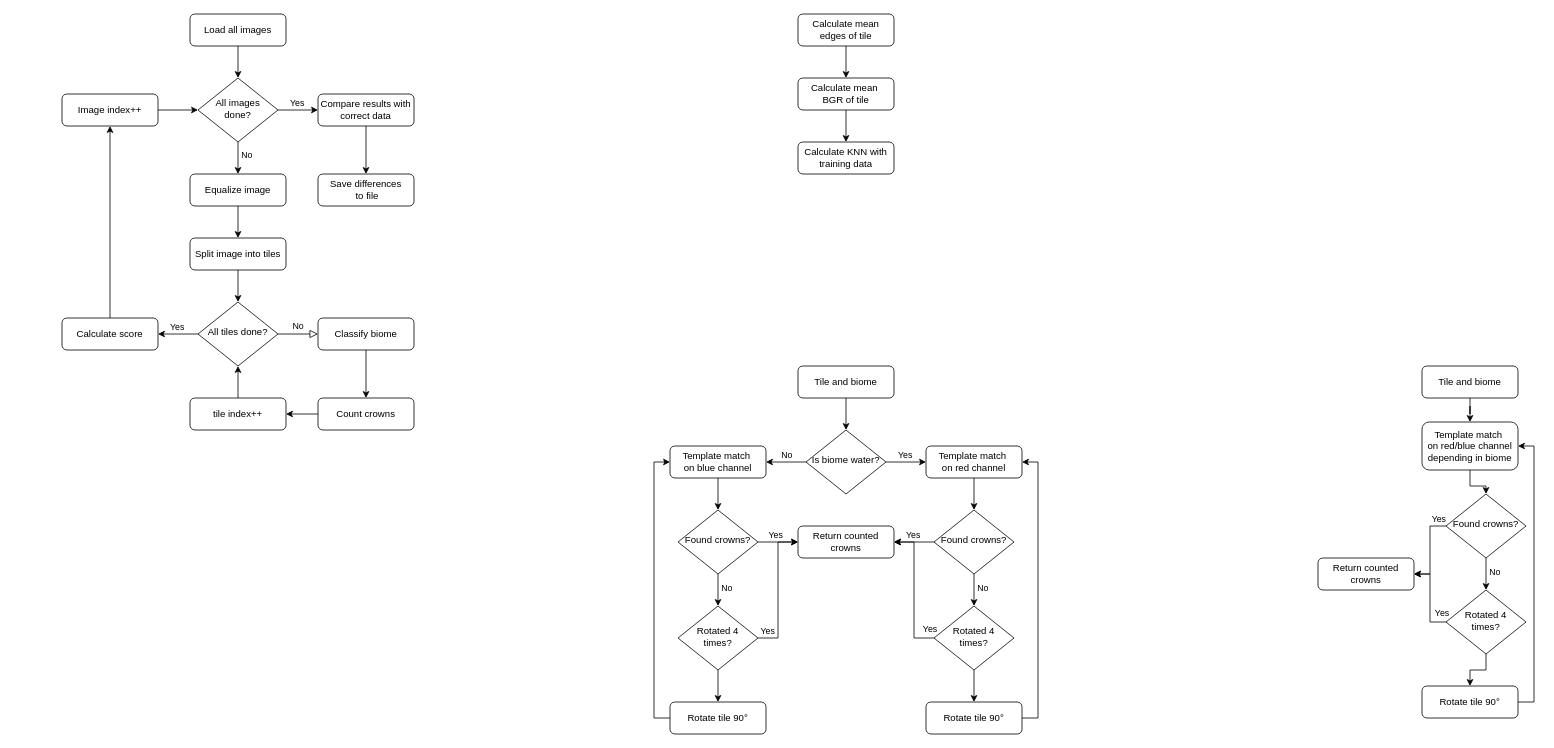
The draw.io diagram Untitled Diagram.drawio in CasKK/image-perception---Kingdomino-point-count, before the edit. Source tidied: cells renumbered, new cells numbered last; positions are measured from the earlier drawing's top-left corner, leaving out a move shared by most shapes. Both pictures are drawn from the tidied source at 80%, with x=0, y=0 at pixel (62, 14).
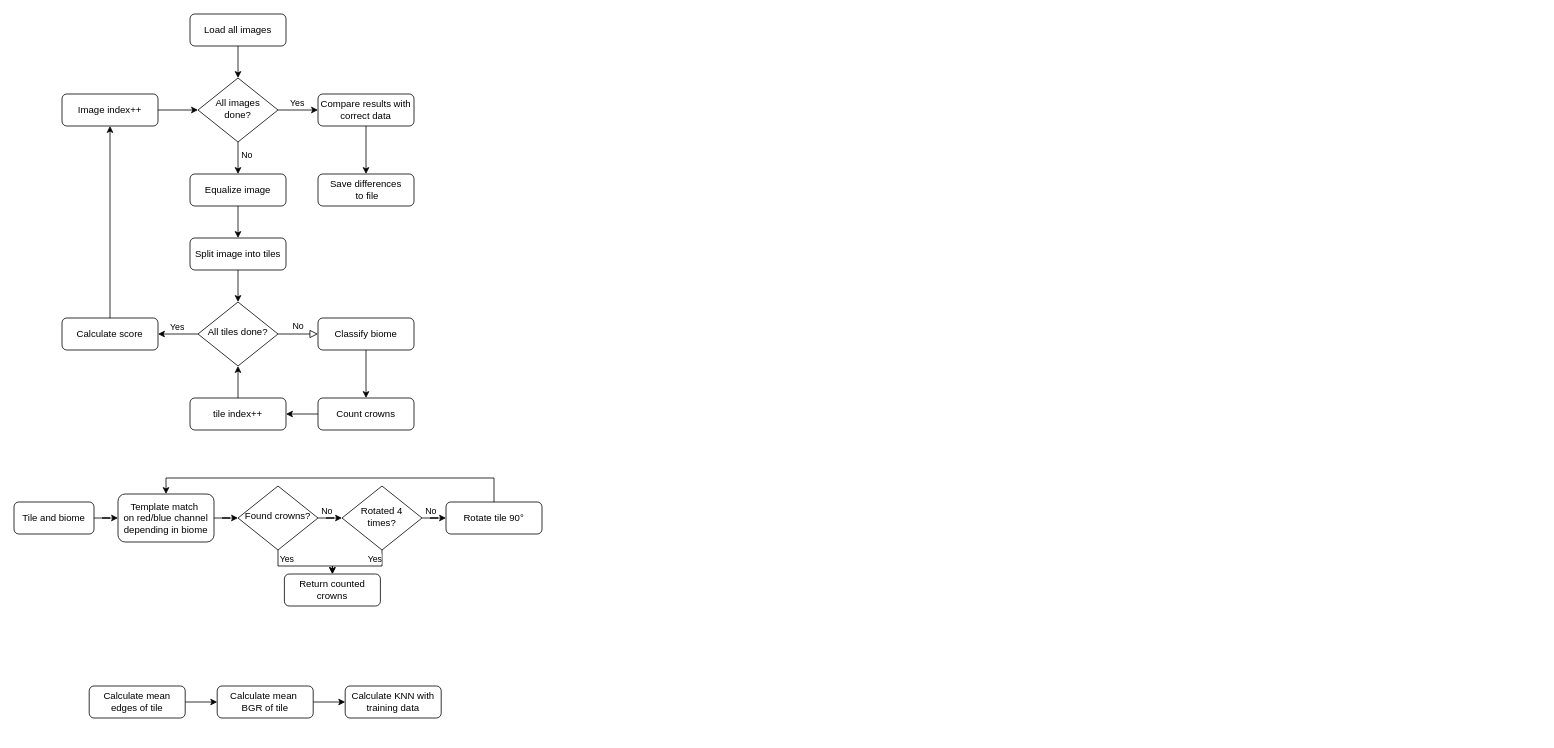
Above is the later version.

Change to the diagram source:
```diff
@@
-    <mxCell id="30" style="edgeStyle=orthogonalEdgeStyle;rounded=0;jettySize=auto;html=1;exitX=0.5;exitY=1;exitDx=0;exitDy=0;entryX=0.5;entryY=0;entryDx=0;entryDy=0;" parent="1" edge="1" source="31" target="48">
+    <mxCell id="30" style="edgeStyle=orthogonalEdgeStyle;rounded=0;jettySize=auto;html=1;exitX=1;exitY=0.5;exitDx=0;exitDy=0;entryX=0;entryY=0.5;entryDx=0;entryDy=0;" parent="1" edge="1" source="31" target="48">
       <mxGeometry relative="1" as="geometry" />
     </mxCell>
     <mxCell id="31" value="Calculate mean edges&amp;nbsp;&lt;span style=&quot;background-color: transparent; color: light-dark(rgb(0, 0, 0), rgb(255, 255, 255));&quot;&gt;of tile&lt;/span&gt;" style="rounded=1;whiteSpace=wrap;html=1;fontSize=12;glass=0;strokeWidth=1;shadow=0;" parent="1" vertex="1">
-      <mxGeometry x="920" width="120" height="40" as="geometry" />
+      <mxGeometry x="34" y="840" width="120" height="40" as="geometry" />
     </mxCell>
-    <mxCell id="32" style="edgeStyle=orthogonalEdgeStyle;rounded=0;jettySize=auto;html=1;exitX=0;exitY=0.5;exitDx=0;exitDy=0;entryX=1;entryY=0.5;entryDx=0;entryDy=0;labelBackgroundColor=none;" parent="1" edge="1" source="36" target="39">
-      <mxGeometry relative="1" as="geometry" />
-    </mxCell>
-    <mxCell id="33" value="Yes" style="edgeLabel;html=1;align=center;verticalAlign=middle;labelBackgroundColor=none;" parent="32" vertex="1">
-      <mxGeometry x="0.07" y="-2" relative="1" as="geometry">
-        <mxPoint y="-8" as="offset" />
-      </mxGeometry>
-    </mxCell>
-    <mxCell id="34" style="edgeStyle=orthogonalEdgeStyle;rounded=0;jettySize=auto;html=1;exitX=0.5;exitY=1;exitDx=0;exitDy=0;entryX=0.5;entryY=0;entryDx=0;entryDy=0;" parent="1" edge="1" source="36" target="56">
-      <mxGeometry relative="1" as="geometry">
-        <Array as="points">
-          <mxPoint x="1140" y="710" />
-        </Array>
-      </mxGeometry>
-    </mxCell>
-    <mxCell id="35" value="No" style="edgeLabel;html=1;align=center;verticalAlign=middle;labelBackgroundColor=none;" parent="34" vertex="1">
-      <mxGeometry x="-0.17" y="-1" relative="1" as="geometry">
-        <mxPoint x="11" as="offset" />
-      </mxGeometry>
-    </mxCell>
-    <mxCell id="36" value="Found crowns?" style="rhombus;whiteSpace=wrap;html=1;shadow=0;fontFamily=Helvetica;fontSize=12;align=center;strokeWidth=1;spacing=6;spacingTop=-4;" parent="1" vertex="1">
-      <mxGeometry x="1090" y="620" width="100" height="80" as="geometry" />
-    </mxCell>
-    <mxCell id="37" style="edgeStyle=orthogonalEdgeStyle;rounded=0;jettySize=auto;html=1;exitX=1;exitY=0.5;exitDx=0;exitDy=0;entryX=1;entryY=0.5;entryDx=0;entryDy=0;" parent="1" edge="1" source="38" target="46">
-      <mxGeometry relative="1" as="geometry" />
-    </mxCell>
-    <mxCell id="38" value="Rotate tile 90°" style="rounded=1;whiteSpace=wrap;html=1;fontSize=12;glass=0;strokeWidth=1;shadow=0;" parent="1" vertex="1">
-      <mxGeometry x="1080" y="860" width="120" height="40" as="geometry" />
-    </mxCell>
-    <mxCell id="39" value="Return counted crowns" style="rounded=1;whiteSpace=wrap;html=1;fontSize=12;glass=0;strokeWidth=1;shadow=0;" parent="1" vertex="1">
-      <mxGeometry x="920" y="640" width="120" height="40" as="geometry" />
-    </mxCell>
-    <mxCell id="40" style="edgeStyle=orthogonalEdgeStyle;rounded=0;jettySize=auto;html=1;exitX=1;exitY=0.5;exitDx=0;exitDy=0;entryX=0;entryY=0.5;entryDx=0;entryDy=0;" parent="1" edge="1" source="44" target="46">
-      <mxGeometry relative="1" as="geometry" />
-    </mxCell>
-    <mxCell id="41" value="Yes" style="edgeLabel;html=1;align=center;verticalAlign=middle;labelBackgroundColor=none;" parent="40" vertex="1">
-      <mxGeometry x="-0.25" y="2" relative="1" as="geometry">
-        <mxPoint x="4" y="-8" as="offset" />
-      </mxGeometry>
-    </mxCell>
-    <mxCell id="42" style="edgeStyle=orthogonalEdgeStyle;rounded=0;jettySize=auto;html=1;exitX=0;exitY=0.5;exitDx=0;exitDy=0;entryX=1;entryY=0.5;entryDx=0;entryDy=0;" parent="1" edge="1" source="44" target="53">
-      <mxGeometry relative="1" as="geometry" />
-    </mxCell>
-    <mxCell id="43" value="No" style="edgeLabel;html=1;align=center;verticalAlign=middle;labelBackgroundColor=none;" parent="42" vertex="1">
-      <mxGeometry x="0.01" y="-2" relative="1" as="geometry">
-        <mxPoint y="-8" as="offset" />
-      </mxGeometry>
-    </mxCell>
-    <mxCell id="44" value="Is biome water?" style="rhombus;whiteSpace=wrap;html=1;shadow=0;fontFamily=Helvetica;fontSize=12;align=center;strokeWidth=1;spacing=6;spacingTop=-4;" parent="1" vertex="1">
-      <mxGeometry x="930" y="520" width="100" height="80" as="geometry" />
-    </mxCell>
-    <mxCell id="45" style="edgeStyle=orthogonalEdgeStyle;rounded=0;jettySize=auto;html=1;exitX=0.5;exitY=1;exitDx=0;exitDy=0;entryX=0.5;entryY=0;entryDx=0;entryDy=0;" parent="1" edge="1" source="46" target="36">
-      <mxGeometry relative="1" as="geometry" />
-    </mxCell>
-    <mxCell id="46" value="Template match&amp;nbsp;&lt;div&gt;on red channel&lt;/div&gt;" style="rounded=1;whiteSpace=wrap;html=1;" parent="1" vertex="1">
-      <mxGeometry x="1080" y="540" width="120" height="40" as="geometry" />
-    </mxCell>
-    <mxCell id="47" style="edgeStyle=orthogonalEdgeStyle;rounded=0;jettySize=auto;html=1;exitX=0.5;exitY=1;exitDx=0;exitDy=0;entryX=0.5;entryY=0;entryDx=0;entryDy=0;" parent="1" edge="1" source="48" target="49">
+    <mxCell id="47" style="edgeStyle=orthogonalEdgeStyle;rounded=0;jettySize=auto;html=1;exitX=1;exitY=0.5;exitDx=0;exitDy=0;entryX=0;entryY=0.5;entryDx=0;entryDy=0;" parent="1" edge="1" source="48" target="49">
       <mxGeometry relative="1" as="geometry" />
     </mxCell>
     <mxCell id="48" value="Calculate mean&amp;nbsp;&lt;div&gt;BGR of tile&lt;/div&gt;" style="rounded=1;whiteSpace=wrap;html=1;" parent="1" vertex="1">
-      <mxGeometry x="920" y="80" width="120" height="40" as="geometry" />
+      <mxGeometry x="194" y="840" width="120" height="40" as="geometry" />
     </mxCell>
     <mxCell id="49" value="Calculate KNN with training data" style="rounded=1;whiteSpace=wrap;html=1;" parent="1" vertex="1">
-      <mxGeometry x="920" y="160" width="120" height="40" as="geometry" />
+      <mxGeometry x="354" y="840" width="120" height="40" as="geometry" />
     </mxCell>
-    <mxCell id="50" style="edgeStyle=orthogonalEdgeStyle;rounded=0;jettySize=auto;html=1;exitX=0.5;exitY=1;exitDx=0;exitDy=0;entryX=0.5;entryY=0;entryDx=0;entryDy=0;" parent="1" edge="1" source="51" target="44">
-      <mxGeometry relative="1" as="geometry" />
-    </mxCell>
-    <mxCell id="51" value="Tile and biome" style="rounded=1;whiteSpace=wrap;html=1;" parent="1" vertex="1">
-      <mxGeometry x="920" y="440" width="120" height="40" as="geometry" />
-    </mxCell>
-    <mxCell id="52" style="edgeStyle=orthogonalEdgeStyle;rounded=0;jettySize=auto;html=1;" parent="1" edge="1" source="53" target="61">
-      <mxGeometry relative="1" as="geometry" />
-    </mxCell>
-    <mxCell id="53" value="Template match&amp;nbsp;&lt;div&gt;on blue&amp;nbsp;&lt;span style=&quot;background-color: transparent; color: light-dark(rgb(0, 0, 0), rgb(255, 255, 255));&quot;&gt;channel&lt;/span&gt;&lt;/div&gt;" style="rounded=1;whiteSpace=wrap;html=1;" parent="1" vertex="1">
-      <mxGeometry x="760" y="540" width="120" height="40" as="geometry" />
-    </mxCell>
-    <mxCell id="54" style="edgeStyle=orthogonalEdgeStyle;rounded=0;jettySize=auto;html=1;exitX=0.5;exitY=1;exitDx=0;exitDy=0;entryX=0.5;entryY=0;entryDx=0;entryDy=0;" parent="1" edge="1" source="56" target="38">
-      <mxGeometry relative="1" as="geometry" />
-    </mxCell>
-    <mxCell id="55" style="edgeStyle=orthogonalEdgeStyle;rounded=0;jettySize=auto;html=1;exitX=0;exitY=0.5;exitDx=0;exitDy=0;entryX=1;entryY=0.5;entryDx=0;entryDy=0;" parent="1" edge="1" source="56" target="39">
-      <mxGeometry relative="1" as="geometry" />
-    </mxCell>
-    <mxCell id="56" value="Rotated 4 times?" style="rhombus;whiteSpace=wrap;html=1;shadow=0;fontFamily=Helvetica;fontSize=12;align=center;strokeWidth=1;spacing=6;spacingTop=-4;" parent="1" vertex="1">
-      <mxGeometry x="1090" y="740" width="100" height="80" as="geometry" />
-    </mxCell>
-    <mxCell id="57" style="edgeStyle=orthogonalEdgeStyle;rounded=0;jettySize=auto;html=1;exitX=0.5;exitY=1;exitDx=0;exitDy=0;entryX=0.5;entryY=0;entryDx=0;entryDy=0;" parent="1" edge="1" source="61" target="66">
-      <mxGeometry relative="1" as="geometry">
-        <Array as="points">
-          <mxPoint x="820" y="710" />
-        </Array>
-      </mxGeometry>
-    </mxCell>
-    <mxCell id="58" value="No" style="edgeLabel;html=1;align=center;verticalAlign=middle;labelBackgroundColor=none;" parent="57" vertex="1">
-      <mxGeometry x="-0.17" y="-1" relative="1" as="geometry">
-        <mxPoint x="11" as="offset" />
-      </mxGeometry>
-    </mxCell>
-    <mxCell id="59" style="edgeStyle=orthogonalEdgeStyle;rounded=0;jettySize=auto;html=1;" parent="1" edge="1" source="61" target="39">
-      <mxGeometry relative="1" as="geometry" />
-    </mxCell>
-    <mxCell id="60" value="Yes" style="edgeLabel;html=1;align=center;verticalAlign=middle;labelBackgroundColor=none;" parent="59" vertex="1">
-      <mxGeometry x="0.31" y="-2" relative="1" as="geometry">
-        <mxPoint x="-12" y="-12" as="offset" />
-      </mxGeometry>
-    </mxCell>
-    <mxCell id="61" value="Found crowns?" style="rhombus;whiteSpace=wrap;html=1;shadow=0;fontFamily=Helvetica;fontSize=12;align=center;strokeWidth=1;spacing=6;spacingTop=-4;" parent="1" vertex="1">
-      <mxGeometry x="770" y="620" width="100" height="80" as="geometry" />
-    </mxCell>
-    <mxCell id="62" style="edgeStyle=orthogonalEdgeStyle;rounded=0;jettySize=auto;html=1;exitX=0;exitY=0.5;exitDx=0;exitDy=0;entryX=0;entryY=0.5;entryDx=0;entryDy=0;" parent="1" edge="1" source="63" target="53">
-      <mxGeometry relative="1" as="geometry" />
-    </mxCell>
-    <mxCell id="63" value="Rotate tile 90°" style="rounded=1;whiteSpace=wrap;html=1;fontSize=12;glass=0;strokeWidth=1;shadow=0;" parent="1" vertex="1">
-      <mxGeometry x="760" y="860" width="120" height="40" as="geometry" />
-    </mxCell>
-    <mxCell id="64" style="edgeStyle=orthogonalEdgeStyle;rounded=0;jettySize=auto;html=1;exitX=0.5;exitY=1;exitDx=0;exitDy=0;entryX=0.5;entryY=0;entryDx=0;entryDy=0;" parent="1" edge="1" source="66" target="63">
-      <mxGeometry relative="1" as="geometry" />
-    </mxCell>
-    <mxCell id="65" style="edgeStyle=orthogonalEdgeStyle;rounded=0;jettySize=auto;html=1;exitX=1;exitY=0.5;exitDx=0;exitDy=0;entryX=0;entryY=0.5;entryDx=0;entryDy=0;" parent="1" edge="1" source="66" target="39">
-      <mxGeometry relative="1" as="geometry" />
-    </mxCell>
-    <mxCell id="66" value="Rotated 4 times?" style="rhombus;whiteSpace=wrap;html=1;shadow=0;fontFamily=Helvetica;fontSize=12;align=center;strokeWidth=1;spacing=6;spacingTop=-4;" parent="1" vertex="1">
-      <mxGeometry x="770" y="740" width="100" height="80" as="geometry" />
-    </mxCell>
-    <mxCell id="67" value="Yes" style="edgeLabel;html=1;align=center;verticalAlign=middle;labelBackgroundColor=none;" parent="1" vertex="1">
-      <mxGeometry x="880" y="760" as="geometry">
-        <mxPoint x="1" y="10" as="offset" />
-      </mxGeometry>
-    </mxCell>
-    <mxCell id="68" value="Yes" style="edgeLabel;html=1;align=center;verticalAlign=middle;labelBackgroundColor=none;" parent="1" vertex="1">
-      <mxGeometry x="1080" y="770" as="geometry">
-        <mxPoint x="4" y="-2" as="offset" />
-      </mxGeometry>
-    </mxCell>
+    <mxCell id="71" style="edgeStyle=orthogonalEdgeStyle;rounded=0;jettySize=auto;html=1;" parent="1" edge="1" source="73" target="83">
+      <mxGeometry relative="1" as="geometry" />
+    </mxCell>
+    <mxCell id="86" value="No" style="edgeLabel;html=1;align=center;verticalAlign=middle;" parent="71" vertex="1">
+      <mxGeometry x="0.37" y="1" relative="1" as="geometry">
+        <mxPoint x="-4" y="-9" as="offset" />
+      </mxGeometry>
+    </mxCell>
-    <mxCell id="69" style="edgeStyle=orthogonalEdgeStyle;rounded=0;jettySize=auto;html=1;exitX=0;exitY=0.5;exitDx=0;exitDy=0;entryX=1;entryY=0.5;entryDx=0;entryDy=0;labelBackgroundColor=none;" parent="1" edge="1" source="73" target="76">
+    <mxCell id="69" style="edgeStyle=orthogonalEdgeStyle;rounded=0;jettySize=auto;html=1;exitX=0.5;exitY=1;exitDx=0;exitDy=0;" parent="1" edge="1" source="73" target="76">
       <mxGeometry relative="1" as="geometry" />
     </mxCell>
-    <mxCell id="70" value="Yes" style="edgeLabel;html=1;align=center;verticalAlign=middle;labelBackgroundColor=none;" parent="69" vertex="1">
-      <mxGeometry x="0.07" y="-2" relative="1" as="geometry">
-        <mxPoint x="12" y="-44" as="offset" />
-      </mxGeometry>
-    </mxCell>
-    <mxCell id="71" style="edgeStyle=orthogonalEdgeStyle;rounded=0;jettySize=auto;html=1;exitX=0.5;exitY=1;exitDx=0;exitDy=0;entryX=0.5;entryY=0;entryDx=0;entryDy=0;" parent="1" edge="1" source="73" target="83">
-      <mxGeometry relative="1" as="geometry">
-        <Array as="points">
-          <mxPoint x="1780" y="690" />
-        </Array>
-      </mxGeometry>
-    </mxCell>
-    <mxCell id="72" value="No" style="edgeLabel;html=1;align=center;verticalAlign=middle;labelBackgroundColor=none;" parent="71" vertex="1">
-      <mxGeometry x="-0.17" y="-1" relative="1" as="geometry">
-        <mxPoint x="11" as="offset" />
-      </mxGeometry>
-    </mxCell>
+    <mxCell id="87" value="Yes" style="edgeLabel;html=1;align=center;verticalAlign=middle;" parent="69" vertex="1">
+      <mxGeometry x="-0.92" y="1" relative="1" as="geometry">
+        <mxPoint x="9" y="6" as="offset" />
+      </mxGeometry>
+    </mxCell>
     <mxCell id="73" value="Found crowns?" style="rhombus;whiteSpace=wrap;html=1;shadow=0;fontFamily=Helvetica;fontSize=12;align=center;strokeWidth=1;spacing=6;spacingTop=-4;" parent="1" vertex="1">
-      <mxGeometry x="1730" y="600" width="100" height="80" as="geometry" />
+      <mxGeometry x="220" y="590" width="100" height="80" as="geometry" />
     </mxCell>
-    <mxCell id="74" style="edgeStyle=orthogonalEdgeStyle;rounded=0;jettySize=auto;html=1;exitX=1;exitY=0.5;exitDx=0;exitDy=0;entryX=1;entryY=0.5;entryDx=0;entryDy=0;" parent="1" edge="1" source="75" target="78">
-      <mxGeometry relative="1" as="geometry" />
+    <mxCell id="74" style="edgeStyle=orthogonalEdgeStyle;rounded=0;jettySize=auto;html=1;exitX=0.5;exitY=0;exitDx=0;exitDy=0;entryX=0.5;entryY=0;entryDx=0;entryDy=0;" parent="1" edge="1" source="75" target="78">
+      <mxGeometry relative="1" as="geometry">
+        <Array as="points">
+          <mxPoint x="540" y="580" />
+          <mxPoint x="130" y="580" />
+        </Array>
+      </mxGeometry>
     </mxCell>
     <mxCell id="75" value="Rotate tile 90°" style="rounded=1;whiteSpace=wrap;html=1;fontSize=12;glass=0;strokeWidth=1;shadow=0;" parent="1" vertex="1">
-      <mxGeometry x="1700" y="840" width="120" height="40" as="geometry" />
+      <mxGeometry x="480" y="610" width="120" height="40" as="geometry" />
     </mxCell>
     <mxCell id="76" value="Return counted crowns" style="rounded=1;whiteSpace=wrap;html=1;fontSize=12;glass=0;strokeWidth=1;shadow=0;" parent="1" vertex="1">
-      <mxGeometry x="1570" y="680" width="120" height="40" as="geometry" />
+      <mxGeometry x="278" y="700" width="120" height="40" as="geometry" />
     </mxCell>
@@
     <mxCell id="78" value="Template match&amp;nbsp;&lt;div&gt;on red/blue channel depending in biome&lt;/div&gt;" style="rounded=1;whiteSpace=wrap;html=1;" parent="1" vertex="1">
-      <mxGeometry x="1700" y="510" width="120" height="60" as="geometry" />
+      <mxGeometry x="70" y="600" width="120" height="60" as="geometry" />
     </mxCell>
@@
     <mxCell id="80" value="Tile and biome" style="rounded=1;whiteSpace=wrap;html=1;" parent="1" vertex="1">
-      <mxGeometry x="1700" y="440" width="120" height="40" as="geometry" />
+      <mxGeometry x="-60" y="610" width="100" height="40" as="geometry" />
     </mxCell>
+    <mxCell id="82" style="edgeStyle=orthogonalEdgeStyle;rounded=0;jettySize=auto;html=1;" parent="1" edge="1" source="83" target="75">
+      <mxGeometry relative="1" as="geometry" />
+    </mxCell>
+    <mxCell id="88" value="No" style="edgeLabel;html=1;align=center;verticalAlign=middle;" parent="82" vertex="1">
+      <mxGeometry x="-0.07" relative="1" as="geometry">
+        <mxPoint x="-7" y="-10" as="offset" />
+      </mxGeometry>
+    </mxCell>
-    <mxCell id="81" style="edgeStyle=orthogonalEdgeStyle;rounded=0;jettySize=auto;html=1;exitX=0;exitY=0.5;exitDx=0;exitDy=0;entryX=1;entryY=0.5;entryDx=0;entryDy=0;" parent="1" edge="1" source="83" target="76">
+    <mxCell id="81" style="edgeStyle=orthogonalEdgeStyle;rounded=0;jettySize=auto;html=1;exitX=0.5;exitY=1;exitDx=0;exitDy=0;entryX=0.5;entryY=0;entryDx=0;entryDy=0;" parent="1" edge="1" source="83" target="76">
       <mxGeometry relative="1" as="geometry" />
     </mxCell>
-    <mxCell id="82" style="edgeStyle=orthogonalEdgeStyle;rounded=0;jettySize=auto;html=1;" parent="1" edge="1" source="83" target="75">
-      <mxGeometry relative="1" as="geometry" />
-    </mxCell>
+    <mxCell id="89" value="Yes" style="edgeLabel;html=1;align=center;verticalAlign=middle;" parent="81" vertex="1">
+      <mxGeometry x="-0.83" y="3" relative="1" as="geometry">
+        <mxPoint x="-13" y="2" as="offset" />
+      </mxGeometry>
+    </mxCell>
     <mxCell id="83" value="Rotated 4 times?" style="rhombus;whiteSpace=wrap;html=1;shadow=0;fontFamily=Helvetica;fontSize=12;align=center;strokeWidth=1;spacing=6;spacingTop=-4;" parent="1" vertex="1">
-      <mxGeometry x="1730" y="720" width="100" height="80" as="geometry" />
+      <mxGeometry x="350" y="590" width="100" height="80" as="geometry" />
     </mxCell>
-    <mxCell id="84" value="Yes" style="edgeLabel;html=1;align=center;verticalAlign=middle;labelBackgroundColor=none;" parent="1" vertex="1">
-      <mxGeometry x="1720" y="750" as="geometry">
-        <mxPoint x="4" y="-2" as="offset" />
-      </mxGeometry>
-    </mxCell>
```
